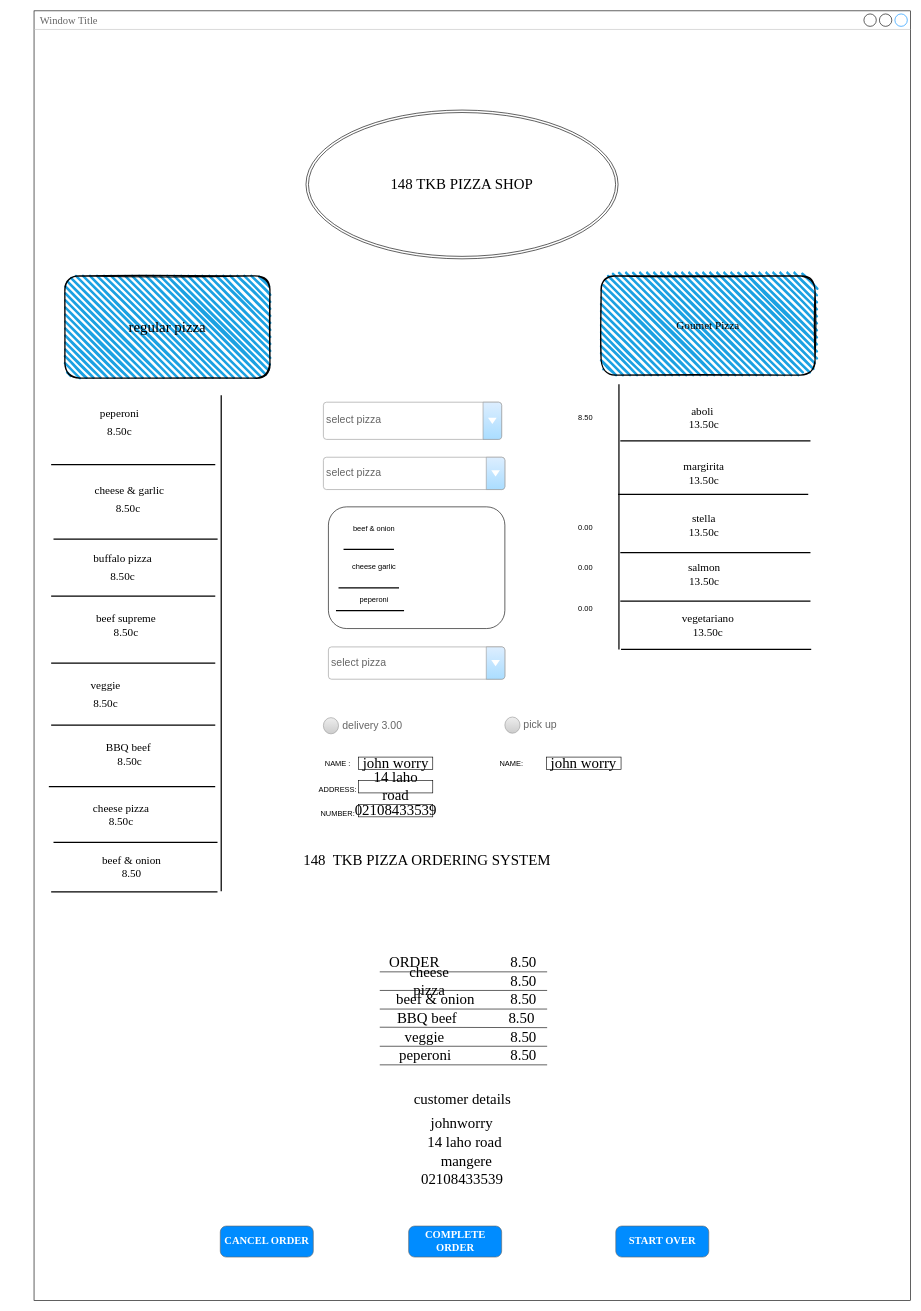
Earlier version of the draw.io diagram wireframe.drawio (ASDAH-Digtal/pizza-program-johnworry275). Source tidied: cells renumbered, new cells numbered last; positions are measured from the earlier drawing's top-left corner, leaving out a move shared by most shapes. Both pictures are drawn from the tidied source at 62%, with x=0, y=0 at pixel (20, 11).
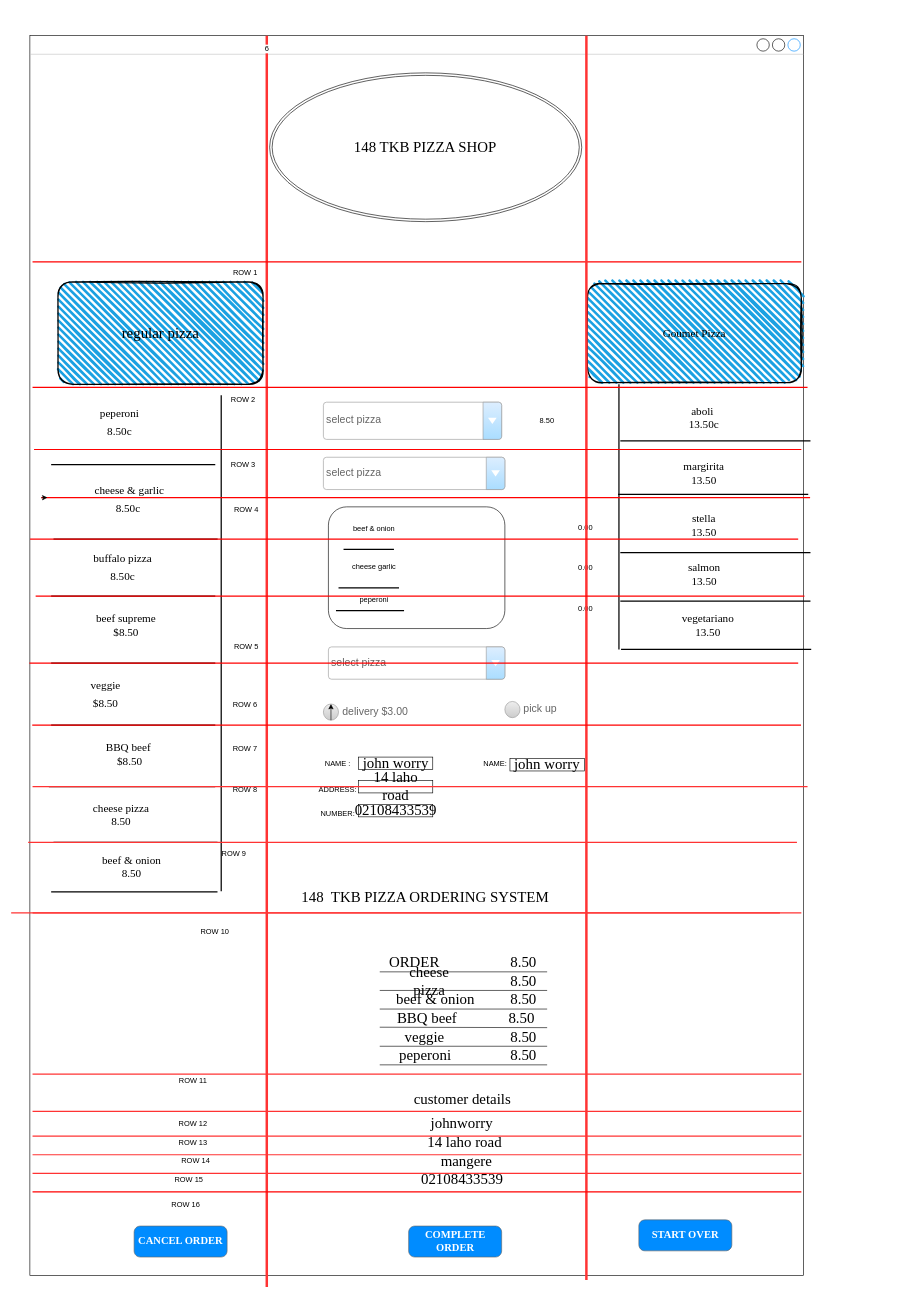
The same page after the edit.

The edit, as a diff of the source:
```diff
@@
-    <mxCell id="3" value="Window Title" style="strokeWidth=1;shadow=0;dashed=0;align=center;html=1;shape=mxgraph.mockup.containers.window;align=left;verticalAlign=top;spacingLeft=8;strokeColor2=#008cff;strokeColor3=#c4c4c4;fontColor=#666666;mainText=;fontSize=17;labelBackgroundColor=none;fontFamily=Garamond;" parent="1" vertex="1">
-      <mxGeometry x="22.4" width="1413.5" height="2080" as="geometry" />
+    <mxCell id="3" style="strokeWidth=1;shadow=0;dashed=0;align=center;html=1;shape=mxgraph.mockup.containers.window;align=left;verticalAlign=top;spacingLeft=8;strokeColor2=#008cff;strokeColor3=#c4c4c4;fontColor=#666666;mainText=;fontSize=17;labelBackgroundColor=none;fontFamily=Garamond;" parent="1" vertex="1">
+      <mxGeometry x="15.7" y="40" width="1247.6" height="2000" as="geometry" />
     </mxCell>
     <mxCell id="4" value="regular pizza" style="rounded=1;whiteSpace=wrap;html=1;strokeWidth=2;fillWeight=4;hachureGap=8;hachureAngle=45;fillColor=#1ba1e2;sketch=1;fontFamily=Times New Roman;fontSize=24;" parent="1" vertex="1">
-      <mxGeometry x="72.1" y="427.5" width="330.8" height="165" as="geometry" />
+      <mxGeometry x="61" y="437.3" width="330.8" height="165" as="geometry" />
     </mxCell>
@@
-    <mxCell id="8" value="beef supreme&lt;br&gt;8.50c" style="text;html=1;strokeColor=none;fillColor=none;align=center;verticalAlign=middle;whiteSpace=wrap;rounded=0;fontFamily=Times New Roman;fontSize=18;" parent="1" vertex="1">
+    <mxCell id="8" value="beef supreme&lt;br&gt;$8.50" style="text;html=1;strokeColor=none;fillColor=none;align=center;verticalAlign=middle;whiteSpace=wrap;rounded=0;fontFamily=Times New Roman;fontSize=18;" parent="1" vertex="1">
       <mxGeometry x="54.5" y="956" width="231.6" height="72" as="geometry" />
     </mxCell>
-    <mxCell id="9" value="&lt;font style=&quot;font-size: 18px&quot;&gt;veggie&lt;/font&gt;&lt;br&gt;&lt;font style=&quot;font-size: 18px&quot;&gt;8.50c&lt;/font&gt;" style="text;html=1;strokeColor=none;fillColor=none;align=center;verticalAlign=middle;whiteSpace=wrap;rounded=0;fontFamily=Times New Roman;fontSize=24;" parent="1" vertex="1">
+    <mxCell id="9" value="&lt;font style=&quot;font-size: 18px&quot;&gt;veggie&lt;/font&gt;&lt;br&gt;&lt;font style=&quot;font-size: 18px&quot;&gt;$8.50&lt;/font&gt;" style="text;html=1;strokeColor=none;fillColor=none;align=center;verticalAlign=middle;whiteSpace=wrap;rounded=0;fontFamily=Times New Roman;fontSize=24;" parent="1" vertex="1">
       <mxGeometry x="72.1" y="1064" width="132.3" height="72" as="geometry" />
     </mxCell>
@@
-    <mxCell id="15" value="BBQ beef&amp;nbsp;&lt;br&gt;8.50c" style="text;html=1;strokeColor=none;fillColor=none;align=center;verticalAlign=middle;whiteSpace=wrap;rounded=0;fontFamily=Times New Roman;fontSize=18;" parent="1" vertex="1">
+    <mxCell id="15" value="BBQ beef&amp;nbsp;&lt;br&gt;$8.50" style="text;html=1;strokeColor=none;fillColor=none;align=center;verticalAlign=middle;whiteSpace=wrap;rounded=0;fontFamily=Times New Roman;fontSize=18;" parent="1" vertex="1">
       <mxGeometry x="50" y="1164" width="253.6" height="72" as="geometry" />
     </mxCell>
@@
-    <mxCell id="17" value="cheese pizza&lt;br&gt;8.50c" style="text;html=1;strokeColor=none;fillColor=none;align=center;verticalAlign=middle;whiteSpace=wrap;rounded=0;fontFamily=Times New Roman;fontSize=18;" parent="1" vertex="1">
+    <mxCell id="17" value="cheese pizza&lt;br&gt;8.50" style="text;html=1;strokeColor=none;fillColor=none;align=center;verticalAlign=middle;whiteSpace=wrap;rounded=0;fontFamily=Times New Roman;fontSize=18;" parent="1" vertex="1">
       <mxGeometry x="54.4" y="1262.8" width="218.4" height="68.3" as="geometry" />
     </mxCell>
@@
     <mxCell id="22" value="Goumet Pizza" style="rounded=1;whiteSpace=wrap;html=1;strokeWidth=2;fillWeight=4;hachureGap=8;hachureAngle=45;fillColor=#1ba1e2;sketch=1;fontFamily=Times New Roman;fontSize=18;" parent="1" vertex="1">
-      <mxGeometry x="937.1" y="427.5" width="345" height="160" as="geometry" />
+      <mxGeometry x="915" y="439.8" width="345" height="160" as="geometry" />
     </mxCell>
@@
-    <mxCell id="25" value="margirita&lt;br&gt;13.50c" style="text;html=1;strokeColor=none;fillColor=none;align=center;verticalAlign=middle;whiteSpace=wrap;rounded=0;fontFamily=Times New Roman;fontSize=18;" parent="1" vertex="1">
+    <mxCell id="25" value="margirita&lt;br&gt;13.50" style="text;html=1;strokeColor=none;fillColor=none;align=center;verticalAlign=middle;whiteSpace=wrap;rounded=0;fontFamily=Times New Roman;fontSize=18;" parent="1" vertex="1">
       <mxGeometry x="988.3" y="716" width="230" height="60" as="geometry" />
     </mxCell>
@@
-    <mxCell id="27" value="stella&lt;br&gt;13.50c" style="text;html=1;strokeColor=none;fillColor=none;align=center;verticalAlign=middle;whiteSpace=wrap;rounded=0;fontFamily=Times New Roman;fontSize=18;" parent="1" vertex="1">
+    <mxCell id="27" value="stella&lt;br&gt;13.50" style="text;html=1;strokeColor=none;fillColor=none;align=center;verticalAlign=middle;whiteSpace=wrap;rounded=0;fontFamily=Times New Roman;fontSize=18;" parent="1" vertex="1">
       <mxGeometry x="988.3" y="800" width="230" height="60" as="geometry" />
     </mxCell>
@@
-    <mxCell id="29" value="salmon&lt;br&gt;13.50c" style="text;html=1;strokeColor=none;fillColor=none;align=center;verticalAlign=middle;whiteSpace=wrap;rounded=0;fontFamily=Times New Roman;fontSize=18;" parent="1" vertex="1">
+    <mxCell id="29" value="salmon&lt;br&gt;13.50" style="text;html=1;strokeColor=none;fillColor=none;align=center;verticalAlign=middle;whiteSpace=wrap;rounded=0;fontFamily=Times New Roman;fontSize=18;" parent="1" vertex="1">
       <mxGeometry x="997.9" y="879.4" width="210.8" height="60" as="geometry" />
     </mxCell>
@@
-    <mxCell id="31" value="vegetariano&lt;br&gt;13.50c" style="text;html=1;strokeColor=none;fillColor=none;align=center;verticalAlign=middle;whiteSpace=wrap;rounded=0;fontFamily=Times New Roman;fontSize=18;" parent="1" vertex="1">
+    <mxCell id="31" value="vegetariano&lt;br&gt;13.50" style="text;html=1;strokeColor=none;fillColor=none;align=center;verticalAlign=middle;whiteSpace=wrap;rounded=0;fontFamily=Times New Roman;fontSize=18;" parent="1" vertex="1">
       <mxGeometry x="985" y="962" width="249.2" height="60" as="geometry" />
     </mxCell>
@@
     <mxCell id="36" value="8.50" style="text;html=1;strokeColor=none;fillColor=none;align=center;verticalAlign=middle;whiteSpace=wrap;rounded=0;" parent="1" vertex="1">
-      <mxGeometry x="863.1" y="631.2" width="97.6" height="52.1" as="geometry" />
+      <mxGeometry x="801.2" y="635.2" width="97.6" height="52.1" as="geometry" />
     </mxCell>
@@
-    <mxCell id="48" value="delivery 3.00" style="shape=ellipse;fillColor=#eeeeee;strokeColor=#999999;gradientColor=#cccccc;html=1;align=left;spacingLeft=4;fontSize=17;fontColor=#666666;labelPosition=right;shadow=0;" parent="1" vertex="1">
-      <mxGeometry x="489.1" y="1140" width="24.4" height="26.1" as="geometry" />
+    <mxCell id="48" value="delivery $3.00" style="shape=ellipse;fillColor=#eeeeee;strokeColor=#999999;gradientColor=#cccccc;html=1;align=left;spacingLeft=4;fontSize=17;fontColor=#666666;labelPosition=right;shadow=0;" parent="1" vertex="1">
+      <mxGeometry x="489.1" y="1118" width="24.4" height="26.1" as="geometry" />
     </mxCell>
     <mxCell id="49" value="pick up" style="shape=ellipse;fillColor=#eeeeee;strokeColor=#999999;gradientColor=#cccccc;html=1;align=left;spacingLeft=4;fontSize=17;fontColor=#666666;labelPosition=right;shadow=0;" parent="1" vertex="1">
-      <mxGeometry x="781.8" y="1139" width="24.4" height="26.1" as="geometry" />
+      <mxGeometry x="781.8" y="1113.9" width="24.4" height="26.1" as="geometry" />
     </mxCell>
@@
     <mxCell id="53" value="NAME:" style="text;html=1;strokeColor=none;fillColor=none;align=center;verticalAlign=middle;whiteSpace=wrap;rounded=0;" parent="1" vertex="1">
-      <mxGeometry x="752.9" y="1194" width="79.2" height="39.2" as="geometry" />
+      <mxGeometry x="727" y="1194" width="79.2" height="39.2" as="geometry" />
     </mxCell>
     <mxCell id="54" value="&lt;font style=&quot;font-size: 24px&quot; face=&quot;Garamond&quot;&gt;148&amp;nbsp; TKB PIZZA ORDERING SYSTEM&lt;/font&gt;" style="text;html=1;strokeColor=none;fillColor=none;align=center;verticalAlign=middle;whiteSpace=wrap;rounded=0;" parent="1" vertex="1">
-      <mxGeometry x="455.9" y="1300" width="401.1" height="140" as="geometry" />
+      <mxGeometry x="453.5" y="1360" width="401.1" height="140" as="geometry" />
     </mxCell>
@@
     <mxCell id="76" value="john worry" style="rounded=0;whiteSpace=wrap;html=1;fontFamily=Garamond;fontSize=24;" parent="1" vertex="1">
-      <mxGeometry x="849.2" y="1203.6" width="120" height="20" as="geometry" />
+      <mxGeometry x="790" y="1206" width="120" height="20" as="geometry" />
     </mxCell>
@@
     <mxCell id="82" value="CANCEL ORDER" style="strokeWidth=1;shadow=0;dashed=0;align=center;html=1;shape=mxgraph.mockup.buttons.button;strokeColor=#666666;fontColor=#ffffff;mainText=;buttonStyle=round;fontSize=17;fontStyle=1;fillColor=#008cff;whiteSpace=wrap;fontFamily=Garamond;" parent="1" vertex="1">
-      <mxGeometry x="322.8" y="1960" width="150" height="50" as="geometry" />
+      <mxGeometry x="183.8" y="1960" width="150" height="50" as="geometry" />
     </mxCell>
@@
     <mxCell id="84" value="START OVER" style="strokeWidth=1;shadow=0;dashed=0;align=center;html=1;shape=mxgraph.mockup.buttons.button;strokeColor=#666666;fontColor=#ffffff;mainText=;buttonStyle=round;fontSize=17;fontStyle=1;fillColor=#008cff;whiteSpace=wrap;fontFamily=Garamond;" parent="1" vertex="1">
-      <mxGeometry x="960.7" y="1960" width="150" height="50" as="geometry" />
+      <mxGeometry x="997.9" y="1950" width="150" height="50" as="geometry" />
     </mxCell>
     <mxCell id="85" value="148 TKB PIZZA SHOP" style="ellipse;shape=doubleEllipse;whiteSpace=wrap;html=1;fontFamily=Garamond;fontSize=24;" parent="1" vertex="1">
-      <mxGeometry x="461" y="160" width="503.4" height="240" as="geometry" />
+      <mxGeometry x="402.4" y="100" width="503.4" height="240" as="geometry" />
     </mxCell>
+    <mxCell id="86" value="6" style="line;strokeWidth=4;direction=south;html=1;perimeter=backbonePerimeter;strokeColor=#FF3333;" parent="1" vertex="1">
+      <mxGeometry x="392.8" y="40" width="10" height="2018.5" as="geometry" />
+    </mxCell>
+    <mxCell id="87" style="line;strokeWidth=2;html=1;strokeColor=#FF0000;" parent="1" vertex="1">
+      <mxGeometry x="20" y="400" width="1240" height="10" as="geometry" />
+    </mxCell>
+    <mxCell id="88" style="line;strokeWidth=4;direction=south;html=1;perimeter=backbonePerimeter;strokeColor=#FF3333;" parent="1" vertex="1">
+      <mxGeometry x="908.3" y="40" width="10" height="2007" as="geometry" />
+    </mxCell>
+    <mxCell id="89" style="line;strokeWidth=2;html=1;strokeColor=#FF0000;" parent="1" vertex="1">
+      <mxGeometry x="20" y="602.3" width="1250" height="10" as="geometry" />
+    </mxCell>
+    <mxCell id="90" style="line;strokeWidth=2;html=1;strokeColor=#FF0000;" parent="1" vertex="1">
+      <mxGeometry x="22.4" y="702.5" width="1237.6" height="10" as="geometry" />
+    </mxCell>
+    <mxCell id="91" style="line;strokeWidth=2;html=1;strokeColor=#FF0000;" parent="1" vertex="1">
+      <mxGeometry x="34.1" y="780.3" width="1240" height="10" as="geometry" />
+    </mxCell>
+    <mxCell id="92" style="line;strokeWidth=2;html=1;strokeColor=#FF0000;" parent="1" vertex="1">
+      <mxGeometry x="16" y="847" width="1238.9" height="10" as="geometry" />
+    </mxCell>
+    <mxCell id="93" style="line;strokeWidth=2;html=1;strokeColor=#FF0000;" parent="1" vertex="1">
+      <mxGeometry x="25" y="939" width="1240" height="10" as="geometry" />
+    </mxCell>
+    <mxCell id="94" style="line;strokeWidth=2;html=1;strokeColor=#FF0000;" parent="1" vertex="1">
+      <mxGeometry x="14.9" y="1047" width="1240" height="10" as="geometry" />
+    </mxCell>
+    <mxCell id="95" style="line;strokeWidth=2;html=1;strokeColor=#FF3333;" parent="1" vertex="1">
+      <mxGeometry x="-14.5" y="1300" width="1240" height="310" as="geometry" />
+    </mxCell>
+    <mxCell id="96" style="line;strokeWidth=2;html=1;strokeColor=#FF3333;" parent="1" vertex="1">
+      <mxGeometry x="20" y="1246.4" width="1250" height="10" as="geometry" />
+    </mxCell>
+    <mxCell id="97" style="line;strokeWidth=2;html=1;strokeColor=#FF3333;" parent="1" vertex="1">
+      <mxGeometry x="12.9" y="1336" width="1240" height="10" as="geometry" />
+    </mxCell>
+    <mxCell id="98" style="line;strokeWidth=2;html=1;strokeColor=#FF3333;" parent="1" vertex="1">
+      <mxGeometry x="20" y="1450" width="1240" height="10" as="geometry" />
+    </mxCell>
+    <mxCell id="99" style="line;strokeWidth=2;html=1;strokeColor=#FF3333;" parent="1" vertex="1">
+      <mxGeometry x="20" y="1710" width="1240" height="10" as="geometry" />
+    </mxCell>
+    <mxCell id="100" style="line;strokeWidth=2;html=1;strokeColor=#FF3333;" parent="1" vertex="1">
+      <mxGeometry x="20" y="1770" width="1240" height="10" as="geometry" />
+    </mxCell>
+    <mxCell id="101" style="line;strokeWidth=2;html=1;strokeColor=#FF3333;" parent="1" vertex="1">
+      <mxGeometry x="20" y="1810" width="1240" height="10" as="geometry" />
+    </mxCell>
+    <mxCell id="102" style="line;strokeWidth=2;html=1;strokeColor=#FF3333;" parent="1" vertex="1">
+      <mxGeometry x="20" y="1840" width="1240" height="10" as="geometry" />
+    </mxCell>
+    <mxCell id="103" style="line;strokeWidth=2;html=1;strokeColor=#FF3333;" parent="1" vertex="1">
+      <mxGeometry x="20" y="1870" width="1240" height="10" as="geometry" />
+    </mxCell>
+    <mxCell id="104" style="line;strokeWidth=2;html=1;strokeColor=#FF0000;" parent="1" vertex="1">
+      <mxGeometry x="20" y="1900" width="1240" height="10" as="geometry" />
+    </mxCell>
+    <mxCell id="105" style="edgeStyle=none;html=1;exitX=0;exitY=0.5;exitDx=0;exitDy=0;exitPerimeter=0;entryX=0.008;entryY=0.474;entryDx=0;entryDy=0;entryPerimeter=0;" parent="1" edge="1" source="91" target="91">
+      <mxGeometry relative="1" as="geometry" />
+    </mxCell>
+    <mxCell id="106" value="ROW 1&amp;nbsp;" style="text;html=1;strokeColor=none;fillColor=none;align=center;verticalAlign=middle;whiteSpace=wrap;rounded=0;" parent="1" vertex="1">
+      <mxGeometry x="334.8" y="407.3" width="60" height="30" as="geometry" />
+    </mxCell>
+    <mxCell id="107" value="ROW 2" style="text;html=1;strokeColor=none;fillColor=none;align=center;verticalAlign=middle;whiteSpace=wrap;rounded=0;" parent="1" vertex="1">
+      <mxGeometry x="329.8" y="612.3" width="60" height="30" as="geometry" />
+    </mxCell>
+    <mxCell id="108" value="ROW 3" style="text;html=1;strokeColor=none;fillColor=none;align=center;verticalAlign=middle;whiteSpace=wrap;rounded=0;" parent="1" vertex="1">
+      <mxGeometry x="332.8" y="717" width="54" height="30" as="geometry" />
+    </mxCell>
+    <mxCell id="109" value="ROW 4" style="text;html=1;strokeColor=none;fillColor=none;align=center;verticalAlign=middle;whiteSpace=wrap;rounded=0;" parent="1" vertex="1">
+      <mxGeometry x="332.8" y="790" width="64" height="30" as="geometry" />
+    </mxCell>
+    <mxCell id="110" value="ROW 5" style="text;html=1;strokeColor=none;fillColor=none;align=center;verticalAlign=middle;whiteSpace=wrap;rounded=0;" parent="1" vertex="1">
+      <mxGeometry x="334.5" y="1010" width="60" height="30" as="geometry" />
+    </mxCell>
+    <mxCell id="111" value="ROW 6" style="text;html=1;strokeColor=none;fillColor=none;align=center;verticalAlign=middle;whiteSpace=wrap;rounded=0;" parent="1" vertex="1">
+      <mxGeometry x="332.8" y="1105" width="60" height="30" as="geometry" />
+    </mxCell>
+    <mxCell id="112" value="ROW 7" style="text;html=1;strokeColor=none;fillColor=none;align=center;verticalAlign=middle;whiteSpace=wrap;rounded=0;" parent="1" vertex="1">
+      <mxGeometry x="332.8" y="1176" width="60" height="30" as="geometry" />
+    </mxCell>
+    <mxCell id="113" value="ROW 8" style="text;html=1;strokeColor=none;fillColor=none;align=center;verticalAlign=middle;whiteSpace=wrap;rounded=0;" parent="1" vertex="1">
+      <mxGeometry x="332.8" y="1240.6" width="60" height="30" as="geometry" />
+    </mxCell>
+    <mxCell id="114" value="ROW 9" style="text;html=1;strokeColor=none;fillColor=none;align=center;verticalAlign=middle;whiteSpace=wrap;rounded=0;" parent="1" vertex="1">
+      <mxGeometry x="314.7" y="1344.4" width="60" height="30" as="geometry" />
+    </mxCell>
+    <mxCell id="115" value="ROW 10&amp;nbsp;" style="text;html=1;strokeColor=none;fillColor=none;align=center;verticalAlign=middle;whiteSpace=wrap;rounded=0;" parent="1" vertex="1">
+      <mxGeometry x="286" y="1470" width="60" height="30" as="geometry" />
+    </mxCell>
+    <mxCell id="116" value="ROW 11" style="text;html=1;strokeColor=none;fillColor=none;align=center;verticalAlign=middle;whiteSpace=wrap;rounded=0;" parent="1" vertex="1">
+      <mxGeometry x="249.1" y="1710" width="60" height="30" as="geometry" />
+    </mxCell>
+    <mxCell id="117" value="ROW 12" style="text;html=1;strokeColor=none;fillColor=none;align=center;verticalAlign=middle;whiteSpace=wrap;rounded=0;" parent="1" vertex="1">
+      <mxGeometry x="249.1" y="1780" width="60" height="30" as="geometry" />
+    </mxCell>
+    <mxCell id="118" value="ROW 13" style="text;html=1;strokeColor=none;fillColor=none;align=center;verticalAlign=middle;whiteSpace=wrap;rounded=0;" parent="1" vertex="1">
+      <mxGeometry x="249.1" y="1810" width="60" height="30" as="geometry" />
+    </mxCell>
+    <mxCell id="119" value="ROW 14&amp;nbsp;" style="text;html=1;strokeColor=none;fillColor=none;align=center;verticalAlign=middle;whiteSpace=wrap;rounded=0;" parent="1" vertex="1">
+      <mxGeometry x="254.6" y="1840" width="60" height="30" as="geometry" />
+    </mxCell>
+    <mxCell id="120" value="ROW 15&amp;nbsp;" style="text;html=1;strokeColor=none;fillColor=none;align=center;verticalAlign=middle;whiteSpace=wrap;rounded=0;" parent="1" vertex="1">
+      <mxGeometry x="243.6" y="1870" width="60" height="30" as="geometry" />
+    </mxCell>
+    <mxCell id="121" value="ROW 16&amp;nbsp;" style="text;html=1;strokeColor=none;fillColor=none;align=center;verticalAlign=middle;whiteSpace=wrap;rounded=0;" parent="1" vertex="1">
+      <mxGeometry x="239.2" y="1910" width="60" height="30" as="geometry" />
+    </mxCell>
+    <mxCell id="122" style="line;strokeWidth=2;html=1;strokeColor=#FF0000;" parent="1" vertex="1">
+      <mxGeometry x="19.5" y="1147" width="1240" height="10" as="geometry" />
+    </mxCell>
+    <mxCell id="123" style="edgeStyle=none;html=1;exitX=0.5;exitY=1;exitDx=0;exitDy=0;entryX=0.5;entryY=0;entryDx=0;entryDy=0;" parent="1" edge="1" source="48" target="48">
+      <mxGeometry relative="1" as="geometry" />
+    </mxCell>
```
